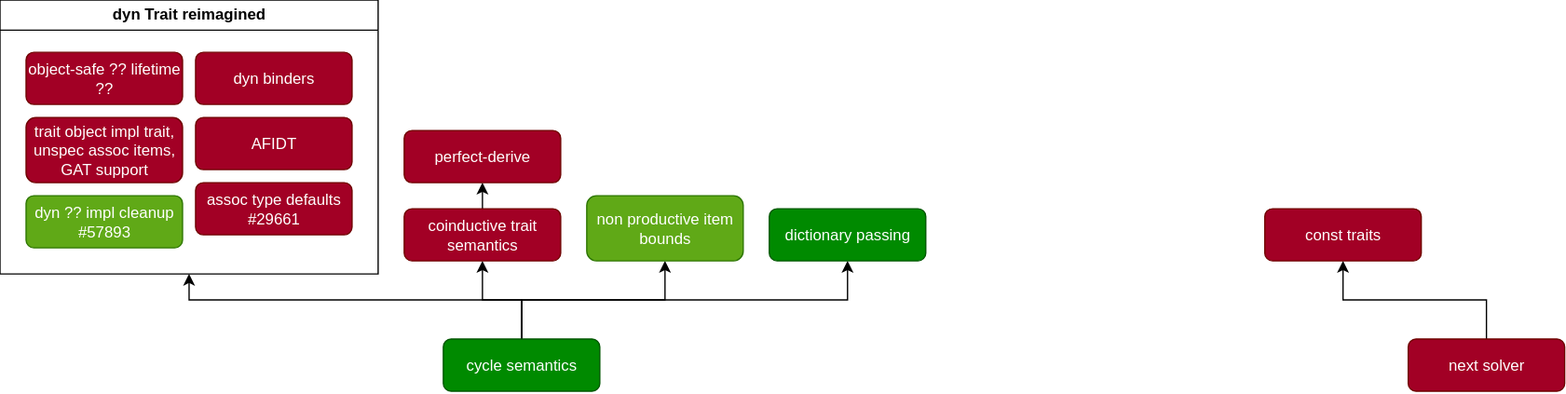
This is roadmap.svg from lcnr/roadmap, a draw.io export, as it was before one commit. Source tidied: cells renumbered, new cells last; positions are measured from the earlier drawing's top-left corner, leaving out a move shared by most shapes.
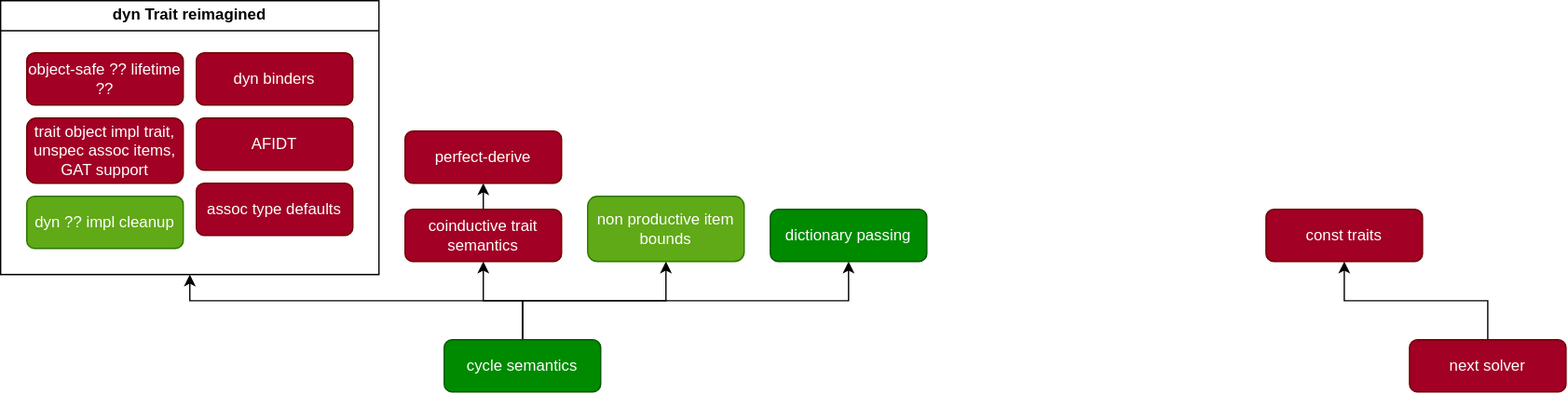
After the change.

Diff of the diagram source:
```diff
@@ -33,7 +33,7 @@
     <mxCell id="8" value="AFIDT" style="rounded=1;whiteSpace=wrap;html=1;fillColor=#a20025;fontColor=#ffffff;strokeColor=#6F0000;" parent="7" vertex="1">
       <mxGeometry x="150" y="90" width="120" height="40" as="geometry" />
     </mxCell>
-    <mxCell id="9" value="&lt;div&gt;assoc type defaults&lt;/div&gt;&lt;div&gt;#29661&lt;/div&gt;" style="rounded=1;whiteSpace=wrap;html=1;fillColor=#a20025;fontColor=#ffffff;strokeColor=#6F0000;" parent="7" vertex="1">
+    <mxCell id="9" value="&lt;div&gt;&lt;a href=&quot;https://github.com/rust-lang/rust/issues/29661&quot;&gt;assoc type defaults&lt;/a&gt;&lt;/div&gt;" style="rounded=1;whiteSpace=wrap;html=1;fillColor=#a20025;fontColor=#ffffff;strokeColor=#6F0000;" parent="7" vertex="1">
       <mxGeometry x="150" y="140" width="120" height="40" as="geometry" />
     </mxCell>
     <mxCell id="10" value="object-safe ?? lifetime ??" style="rounded=1;whiteSpace=wrap;html=1;fillColor=#a20025;fontColor=#ffffff;strokeColor=#6F0000;" parent="7" vertex="1">
@@ -45,7 +45,7 @@
     <mxCell id="12" value="trait object impl trait, unspec assoc items, GAT support" style="rounded=1;whiteSpace=wrap;html=1;fillColor=#a20025;fontColor=#ffffff;strokeColor=#6F0000;" parent="7" vertex="1">
       <mxGeometry x="20" y="90" width="120" height="50" as="geometry" />
     </mxCell>
-    <mxCell id="13" value="&lt;div&gt;dyn ?? impl cleanup&lt;/div&gt;&lt;div&gt;#57893&lt;/div&gt;" style="rounded=1;whiteSpace=wrap;html=1;fillColor=light-dark(#60A917,#FFFF99);strokeColor=#2D7600;fontColor=#ffffff;" parent="7" vertex="1">
+    <mxCell id="13" value="&lt;div&gt;&lt;a href=&quot;https://github.com/rust-lang/rust/issues/57893&quot;&gt;dyn ?? impl cleanup&lt;/a&gt;&lt;/div&gt;" style="rounded=1;whiteSpace=wrap;html=1;fillColor=light-dark(#60A917,#FFFF99);strokeColor=#2D7600;fontColor=#ffffff;" parent="7" vertex="1">
       <mxGeometry x="20" y="150" width="120" height="40" as="geometry" />
     </mxCell>
     <mxCell id="14" style="edgeStyle=orthogonalEdgeStyle;rounded=0;jettySize=auto;html=1;exitX=0.5;exitY=0;exitDx=0;exitDy=0;entryX=0.5;entryY=1;entryDx=0;entryDy=0;" parent="1" edge="1" source="15" target="16">
```
